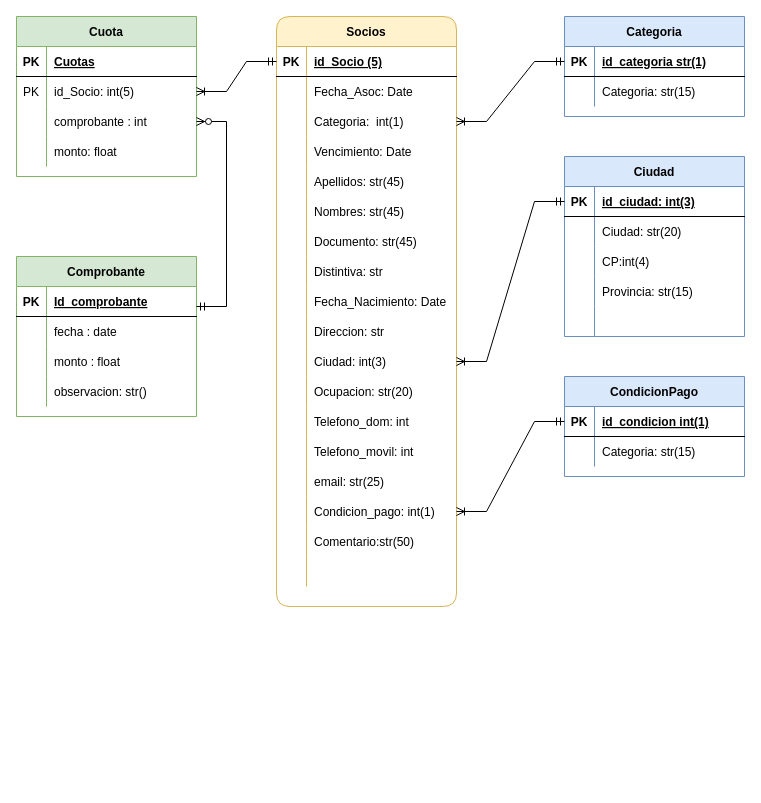
Earlier version of the draw.io diagram sql/MER_Socios.drawio (AgosVenezia/Integrador_Grupo2). Source tidied: cells renumbered, new cells numbered last; positions are measured from the earlier drawing's top-left corner, leaving out a move shared by most shapes. Both pictures are drawn from the tidied source at 100%, with x=0, y=0 at pixel (16, 16).
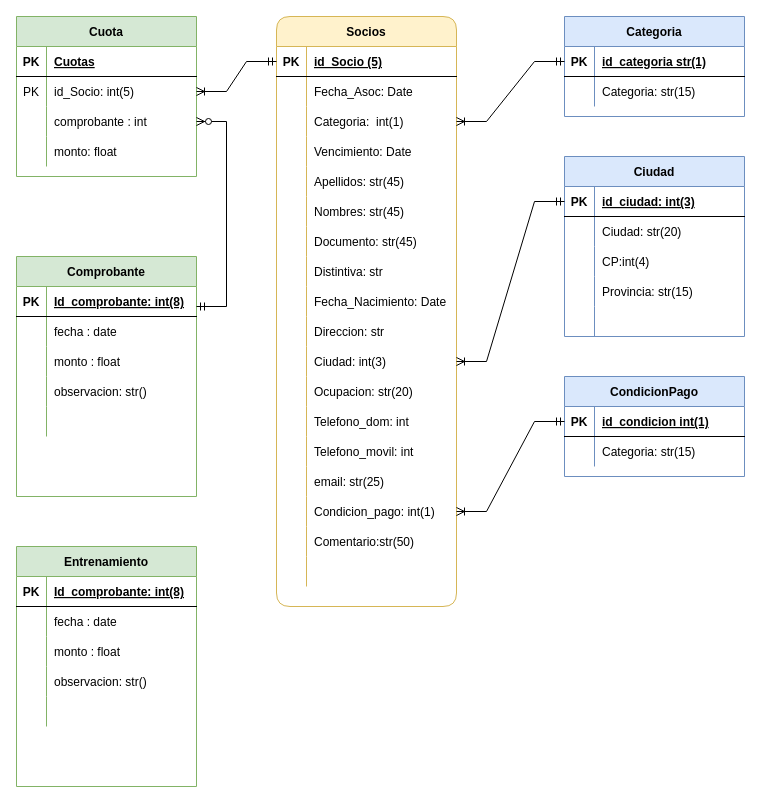
The same page after the edit.

Unchanged cells that the change refers to:
```xml
<mxCell id="105" style="shape=tableRow;horizontal=0;startSize=0;swimlaneHead=0;swimlaneBody=0;fillColor=none;top=0;left=0;right=0;bottom=1;" parent="104" vertex="1">
  <mxGeometry y="30" width="180" height="30" as="geometry" />
</mxCell>
```

Change to the diagram source:
```diff
@@
     <mxCell id="104" value="Comprobante" style="shape=table;startSize=30;childLayout=tableLayout;rowLines=0;fontStyle=1;align=center;fillColor=#d5e8d4;strokeColor=#82b366;" parent="1" vertex="1">
-      <mxGeometry y="240" width="180" height="160" as="geometry" />
+      <mxGeometry y="240" width="180" height="240" as="geometry" />
     </mxCell>
@@
-    <mxCell id="107" value="Id_comprobante" style="shape=partialRectangle;fillColor=none;top=0;left=0;bottom=0;right=0;align=left;spacingLeft=6;fontStyle=5;overflow=hidden;" parent="105" vertex="1">
+    <mxCell id="107" value="Id_comprobante: int(8)" style="shape=partialRectangle;fillColor=none;top=0;left=0;bottom=0;right=0;align=left;spacingLeft=6;fontStyle=5;overflow=hidden;" parent="105" vertex="1">
       <mxGeometry x="30" width="150" height="30" as="geometry" />
     </mxCell>
@@
+    <mxCell id="118" style="shape=tableRow;horizontal=0;startSize=0;swimlaneHead=0;swimlaneBody=0;fillColor=none;top=0;left=0;right=0;bottom=0;" parent="104" vertex="1">
+      <mxGeometry y="150" width="180" height="30" as="geometry" />
+    </mxCell>
+    <mxCell id="119" style="shape=partialRectangle;fillColor=none;top=0;left=0;bottom=0;right=0;overflow=hidden;" parent="118" vertex="1">
+      <mxGeometry width="30" height="30" as="geometry" />
+    </mxCell>
+    <mxCell id="120" style="shape=partialRectangle;fillColor=none;top=0;left=0;bottom=0;right=0;align=left;spacingLeft=6;overflow=hidden;" parent="118" vertex="1">
+      <mxGeometry x="30" width="150" height="30" as="geometry" />
+    </mxCell>
@@
+    <mxCell id="121" value="Entrenamiento" style="shape=table;startSize=30;childLayout=tableLayout;rowLines=0;fontStyle=1;align=center;fillColor=#d5e8d4;strokeColor=#82b366;" parent="1" vertex="1">
+      <mxGeometry y="530" width="180" height="240" as="geometry" />
+    </mxCell>
+    <mxCell id="122" style="shape=tableRow;horizontal=0;startSize=0;swimlaneHead=0;swimlaneBody=0;fillColor=none;top=0;left=0;right=0;bottom=1;" parent="121" vertex="1">
+      <mxGeometry y="30" width="180" height="30" as="geometry" />
+    </mxCell>
+    <mxCell id="123" value="PK" style="shape=partialRectangle;fillColor=none;top=0;left=0;bottom=0;right=0;fontStyle=1;overflow=hidden;" parent="122" vertex="1">
+      <mxGeometry width="30" height="30" as="geometry" />
+    </mxCell>
+    <mxCell id="124" value="Id_comprobante: int(8)" style="shape=partialRectangle;fillColor=none;top=0;left=0;bottom=0;right=0;align=left;spacingLeft=6;fontStyle=5;overflow=hidden;" parent="122" vertex="1">
+      <mxGeometry x="30" width="150" height="30" as="geometry" />
+    </mxCell>
+    <mxCell id="125" style="shape=tableRow;horizontal=0;startSize=0;swimlaneHead=0;swimlaneBody=0;fillColor=none;top=0;left=0;right=0;bottom=0;" parent="121" vertex="1">
+      <mxGeometry y="60" width="180" height="30" as="geometry" />
+    </mxCell>
+    <mxCell id="126" style="shape=partialRectangle;fillColor=none;top=0;left=0;bottom=0;right=0;overflow=hidden;" parent="125" vertex="1">
+      <mxGeometry width="30" height="30" as="geometry" />
+    </mxCell>
+    <mxCell id="127" value="fecha : date" style="shape=partialRectangle;fillColor=none;top=0;left=0;bottom=0;right=0;align=left;spacingLeft=6;overflow=hidden;" parent="125" vertex="1">
+      <mxGeometry x="30" width="150" height="30" as="geometry" />
+    </mxCell>
+    <mxCell id="128" style="shape=tableRow;horizontal=0;startSize=0;swimlaneHead=0;swimlaneBody=0;fillColor=none;top=0;left=0;right=0;bottom=0;" parent="121" vertex="1">
+      <mxGeometry y="90" width="180" height="30" as="geometry" />
+    </mxCell>
+    <mxCell id="129" style="shape=partialRectangle;fillColor=none;top=0;left=0;bottom=0;right=0;overflow=hidden;" parent="128" vertex="1">
+      <mxGeometry width="30" height="30" as="geometry" />
+    </mxCell>
+    <mxCell id="130" value="monto : float" style="shape=partialRectangle;fillColor=none;top=0;left=0;bottom=0;right=0;align=left;spacingLeft=6;overflow=hidden;" parent="128" vertex="1">
+      <mxGeometry x="30" width="150" height="30" as="geometry" />
+    </mxCell>
+    <mxCell id="131" style="shape=tableRow;horizontal=0;startSize=0;swimlaneHead=0;swimlaneBody=0;fillColor=none;top=0;left=0;right=0;bottom=0;" parent="121" vertex="1">
+      <mxGeometry y="120" width="180" height="30" as="geometry" />
+    </mxCell>
+    <mxCell id="132" style="shape=partialRectangle;fillColor=none;top=0;left=0;bottom=0;right=0;overflow=hidden;" parent="131" vertex="1">
+      <mxGeometry width="30" height="30" as="geometry" />
+    </mxCell>
+    <mxCell id="133" value="observacion: str()" style="shape=partialRectangle;fillColor=none;top=0;left=0;bottom=0;right=0;align=left;spacingLeft=6;overflow=hidden;" parent="131" vertex="1">
+      <mxGeometry x="30" width="150" height="30" as="geometry" />
+    </mxCell>
+    <mxCell id="134" style="shape=tableRow;horizontal=0;startSize=0;swimlaneHead=0;swimlaneBody=0;fillColor=none;top=0;left=0;right=0;bottom=0;" parent="121" vertex="1">
+      <mxGeometry y="150" width="180" height="30" as="geometry" />
+    </mxCell>
+    <mxCell id="135" style="shape=partialRectangle;fillColor=none;top=0;left=0;bottom=0;right=0;overflow=hidden;" parent="134" vertex="1">
+      <mxGeometry width="30" height="30" as="geometry" />
+    </mxCell>
+    <mxCell id="136" style="shape=partialRectangle;fillColor=none;top=0;left=0;bottom=0;right=0;align=left;spacingLeft=6;overflow=hidden;" parent="134" vertex="1">
+      <mxGeometry x="30" width="150" height="30" as="geometry" />
+    </mxCell>
```
